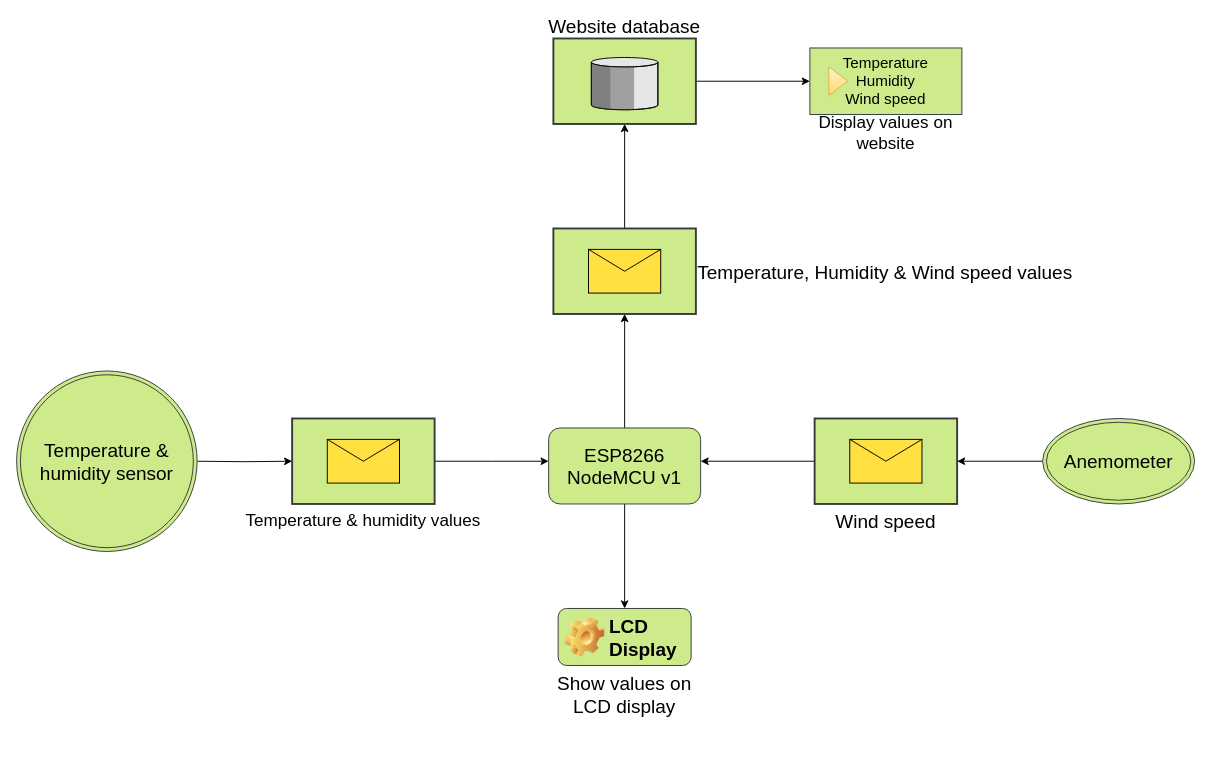
PaulWondel/smartthings keeps this draw.io diagram as source_code/weatherstation_pio/sheets/architecture.drawio. Above is the earlier version. Source tidied: cells renumbered, new cells numbered last; positions are measured from the earlier drawing's top-left corner, leaving out a move shared by most shapes. Both pictures are drawn from the tidied source at 95%, with x=0, y=0 at pixel (16, 38).
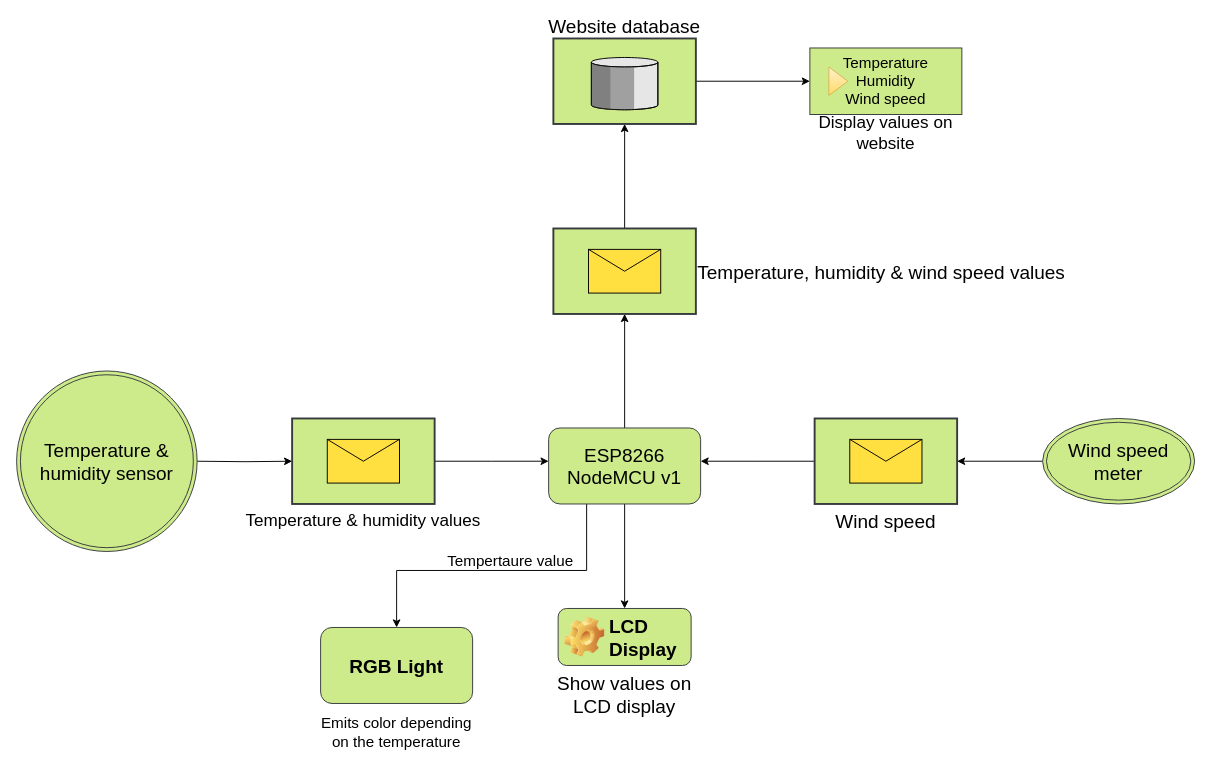
Above is the later version.

Unchanged cells that the change refers to:
```xml
<mxCell id="10" value="&lt;div&gt;ESP8266&lt;/div&gt;&lt;div&gt;NodeMCU v1&lt;/div&gt;" style="rounded=1;whiteSpace=wrap;html=1;fontSize=20;fillColor=#cdeb8b;strokeColor=#36393d;" parent="1" vertex="1">
  <mxGeometry x="560" y="410" width="160" height="80" as="geometry" />
</mxCell>
```

Diff of the diagram source:
```diff
@@
+    <mxCell id="22" style="edgeStyle=orthogonalEdgeStyle;rounded=0;jettySize=auto;html=1;exitX=0.25;exitY=1;exitDx=0;exitDy=0;entryX=0.5;entryY=0;entryDx=0;entryDy=0;" parent="1" edge="1" source="10" target="23">
+      <mxGeometry relative="1" as="geometry">
+        <Array as="points">
+          <mxPoint x="600" y="560" />
+          <mxPoint x="400" y="560" />
+        </Array>
+      </mxGeometry>
+    </mxCell>
@@
-    <mxCell id="15" value="Anemometer" style="ellipse;shape=doubleEllipse;whiteSpace=wrap;html=1;fontSize=20;fillColor=#cdeb8b;strokeColor=#36393d;" parent="1" vertex="1">
+    <mxCell id="15" value="Wind speed meter" style="ellipse;shape=doubleEllipse;whiteSpace=wrap;html=1;fontSize=20;fillColor=#cdeb8b;strokeColor=#36393d;" parent="1" vertex="1">
       <mxGeometry x="1080" y="400" width="160" height="90" as="geometry" />
     </mxCell>
@@
-    <mxCell id="21" value="Temperature, Humidity &amp; Wind speed values" style="strokeWidth=2;outlineConnect=0;dashed=0;align=left;fontSize=20;fillColor=#cdeb8b;verticalLabelPosition=middle;verticalAlign=middle;shape=mxgraph.eip.envelope_wrapper;labelBackgroundColor=none;html=0;labelPosition=right;strokeColor=#36393d;" parent="1" vertex="1">
+    <mxCell id="21" value="Temperature, humidity &amp; wind speed values" style="strokeWidth=2;outlineConnect=0;dashed=0;align=left;fontSize=20;fillColor=#cdeb8b;verticalLabelPosition=middle;verticalAlign=middle;shape=mxgraph.eip.envelope_wrapper;labelBackgroundColor=none;html=0;labelPosition=right;strokeColor=#36393d;" parent="1" vertex="1">
       <mxGeometry x="565" y="200" width="150" height="90" as="geometry" />
     </mxCell>
+    <mxCell id="23" value="&lt;b&gt;RGB Light&lt;/b&gt;" style="rounded=1;whiteSpace=wrap;html=1;fontSize=20;fillColor=#cdeb8b;strokeColor=#36393d;" parent="1" vertex="1">
+      <mxGeometry x="320" y="620" width="160" height="80" as="geometry" />
+    </mxCell>
+    <mxCell id="24" value="Emits color depending on the temperature" style="text;html=1;strokeColor=none;fillColor=none;align=center;verticalAlign=middle;whiteSpace=wrap;rounded=0;fontSize=16;" parent="1" vertex="1">
+      <mxGeometry x="310" y="720" width="180" height="20" as="geometry" />
+    </mxCell>
+    <mxCell id="25" value="Tempertaure value" style="text;html=1;strokeColor=none;fillColor=none;align=center;verticalAlign=middle;whiteSpace=wrap;rounded=0;fontSize=16;" parent="1" vertex="1">
+      <mxGeometry x="430" y="540" width="180" height="20" as="geometry" />
+    </mxCell>
```
